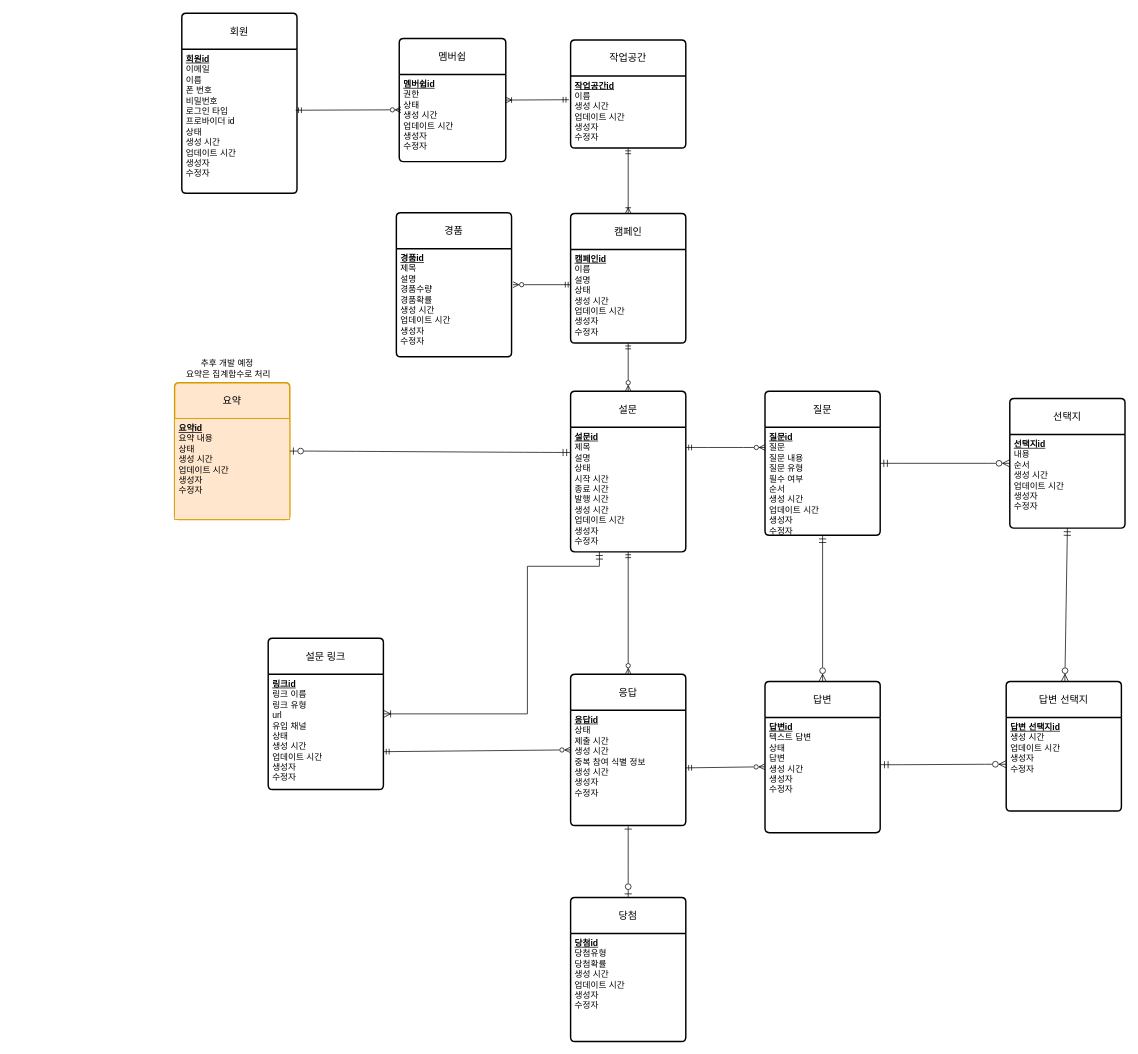
Earlier version of the draw.io diagram docs/database/conceptual-erd.drawio (lilsooin/insight-platform). Source tidied: cells renumbered, new cells numbered last; positions are measured from the earlier drawing's top-left corner, leaving out a move shared by most shapes. Both pictures are drawn from the tidied source at 72%, with x=0, y=0 at pixel (167, 13).
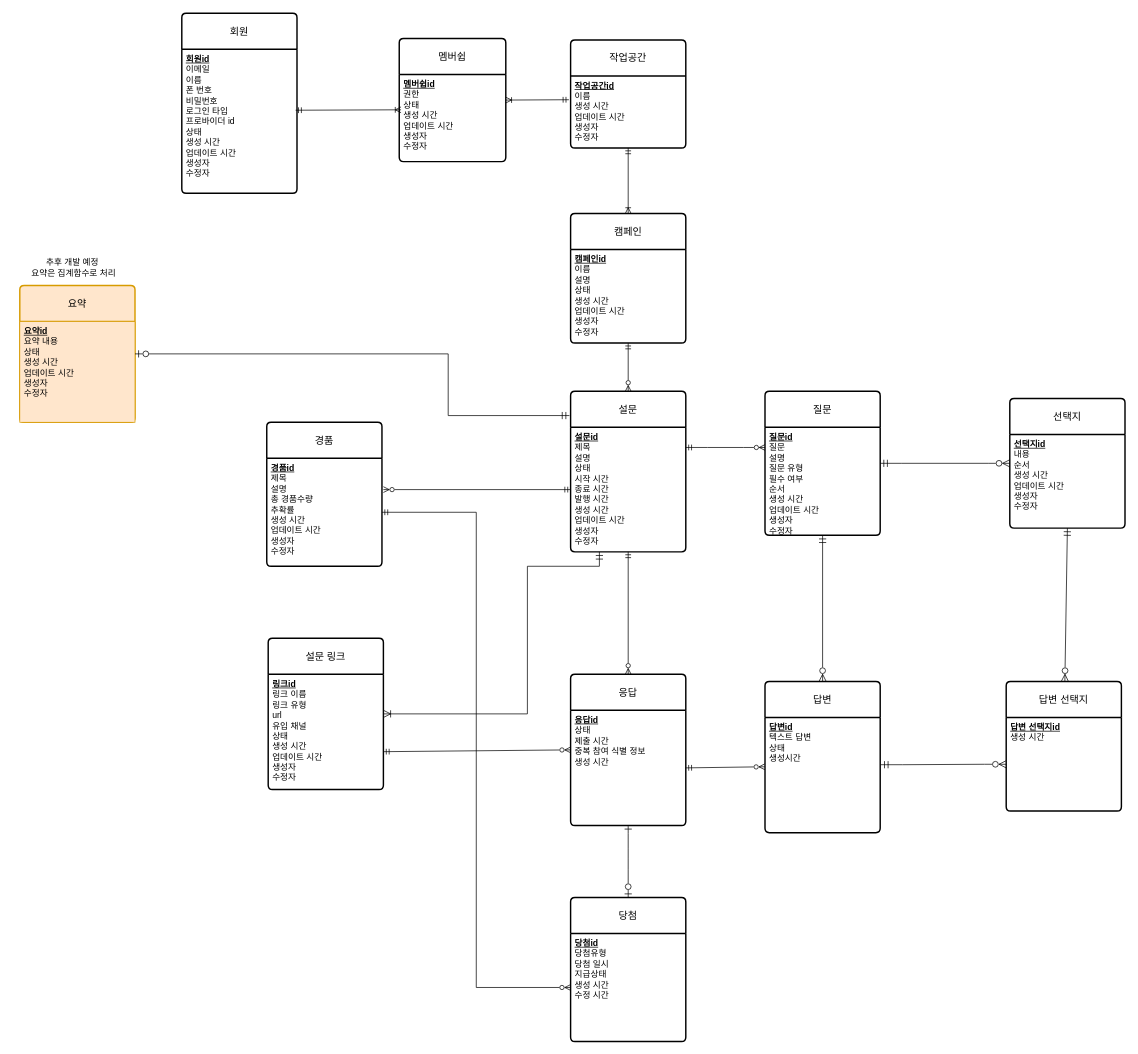
The same diagram, later.

Commit message (it also covers changes not shown here):
docs: add initial conceptual ERD 7

Unchanged cells that the change refers to:
```xml
<mxCell id="3" value="&lt;div&gt;&lt;u&gt;&lt;b&gt;회원id&lt;/b&gt;&lt;/u&gt;&lt;/div&gt;이메일&lt;div&gt;이름&lt;/div&gt;&lt;div&gt;폰 번호&lt;/div&gt;&lt;div&gt;비밀번호&lt;/div&gt;&lt;div&gt;로그인 타입&lt;/div&gt;&lt;div&gt;프로바이더 id&lt;/div&gt;&lt;div&gt;상태&lt;/div&gt;&lt;div&gt;생성 시간&lt;/div&gt;&lt;div&gt;업데이트 시간&lt;/div&gt;&lt;div&gt;생성자&lt;/div&gt;&lt;div&gt;수정자&lt;/div&gt;&lt;div&gt;&lt;br&gt;&lt;/div&gt;&lt;div&gt;&lt;br&gt;&lt;/div&gt;&lt;div&gt;&lt;br&gt;&lt;/div&gt;&lt;div&gt;&lt;br&gt;&lt;/div&gt;&lt;div&gt;&lt;br&gt;&lt;/div&gt;&lt;div&gt;&lt;br&gt;&lt;/div&gt;" style="align=left;strokeColor=none;fillColor=none;spacingLeft=4;spacingRight=4;fontSize=12;verticalAlign=top;html=1;whiteSpace=wrap;" parent="2" vertex="1">
  <mxGeometry y="50" width="160" height="200" as="geometry" />
</mxCell>
<mxCell id="4" value="응답" style="swimlane;horizontal=1;startSize=50;rounded=1;fontSize=14;fontStyle=0;strokeWidth=2;shadow=0;dashed=0;align=center;arcSize=4;whiteSpace=wrap;html=1;" parent="1" vertex="1">
  <mxGeometry x="560" y="918" width="160" height="210" as="geometry" />
</mxCell>
<mxCell id="7" value="&lt;div&gt;&lt;u&gt;&lt;b&gt;캠페인id&lt;/b&gt;&lt;/u&gt;&lt;/div&gt;&lt;div&gt;이름&lt;/div&gt;&lt;div&gt;설명&lt;/div&gt;&lt;div&gt;상태&lt;/div&gt;&lt;div&gt;생성 시간&lt;/div&gt;&lt;div&gt;업데이트 시간&lt;/div&gt;&lt;div&gt;&lt;div&gt;&lt;div&gt;생성자&lt;/div&gt;&lt;div&gt;수정자&lt;/div&gt;&lt;/div&gt;&lt;div&gt;&lt;br&gt;&lt;/div&gt;&lt;/div&gt;&lt;div&gt;&lt;br&gt;&lt;/div&gt;" style="align=left;strokeColor=none;fillColor=none;spacingLeft=4;spacingRight=4;fontSize=12;verticalAlign=top;html=1;whiteSpace=wrap;" parent="6" vertex="1">
  <mxGeometry y="50" width="160" height="130" as="geometry" />
</mxCell>
<mxCell id="8" value="질문" style="swimlane;horizontal=1;startSize=50;rounded=1;fontSize=14;fontStyle=0;strokeWidth=2;shadow=0;dashed=0;align=center;arcSize=4;whiteSpace=wrap;html=1;" parent="1" vertex="1">
  <mxGeometry x="830" y="525" width="160" height="200" as="geometry" />
</mxCell>
<mxCell id="13" value="설문" style="swimlane;horizontal=1;startSize=50;rounded=1;fontSize=14;fontStyle=0;strokeWidth=2;shadow=0;dashed=0;align=center;arcSize=4;whiteSpace=wrap;html=1;" parent="1" vertex="1">
  <mxGeometry x="560" y="525" width="160" height="223" as="geometry" />
</mxCell>
<mxCell id="14" value="&lt;div&gt;&lt;u&gt;&lt;b&gt;설문id&lt;/b&gt;&lt;/u&gt;&lt;/div&gt;&lt;div&gt;제목&lt;/div&gt;&lt;div&gt;설명&lt;/div&gt;&lt;div&gt;상태&lt;/div&gt;&lt;div&gt;시작 시간&lt;/div&gt;&lt;div&gt;종료 시간&lt;/div&gt;&lt;div&gt;발행 시간&lt;/div&gt;&lt;div&gt;생성 시간&lt;/div&gt;&lt;div&gt;업데이트 시간&lt;/div&gt;&lt;div&gt;&lt;div&gt;&lt;div&gt;생성자&lt;/div&gt;&lt;div&gt;수정자&lt;/div&gt;&lt;/div&gt;&lt;div&gt;&lt;br&gt;&lt;/div&gt;&lt;/div&gt;&lt;div&gt;&lt;br&gt;&lt;/div&gt;" style="align=left;strokeColor=none;fillColor=none;spacingLeft=4;spacingRight=4;fontSize=12;verticalAlign=top;html=1;whiteSpace=wrap;" parent="13" vertex="1">
  <mxGeometry y="50" width="160" height="173" as="geometry" />
</mxCell>
<mxCell id="20" value="답변" style="swimlane;horizontal=1;startSize=50;rounded=1;fontSize=14;fontStyle=0;strokeWidth=2;shadow=0;dashed=0;align=center;arcSize=4;whiteSpace=wrap;html=1;" parent="1" vertex="1">
  <mxGeometry x="830" y="928" width="160" height="210" as="geometry" />
</mxCell>
<mxCell id="24" value="&lt;div&gt;&lt;u&gt;&lt;b&gt;멤버쉽id&lt;/b&gt;&lt;/u&gt;&lt;/div&gt;권한&lt;div&gt;상태&lt;br&gt;&lt;div&gt;&lt;div&gt;생성 시간&lt;/div&gt;&lt;div&gt;업데이트 시간&lt;/div&gt;&lt;/div&gt;&lt;/div&gt;&lt;div&gt;&lt;div&gt;생성자&lt;/div&gt;&lt;div&gt;수정자&lt;/div&gt;&lt;/div&gt;" style="align=left;strokeColor=none;fillColor=none;spacingLeft=4;spacingRight=4;fontSize=12;verticalAlign=top;html=1;whiteSpace=wrap;" parent="23" vertex="1">
  <mxGeometry y="50" width="148" height="121" as="geometry" />
</mxCell>
<mxCell id="33" value="답변 선택지" style="swimlane;horizontal=1;startSize=50;rounded=1;fontSize=14;fontStyle=0;strokeWidth=2;shadow=0;dashed=0;align=center;arcSize=4;whiteSpace=wrap;html=1;" parent="1" vertex="1">
  <mxGeometry x="1165" y="928" width="160" height="180" as="geometry" />
</mxCell>
<mxCell id="47" value="당첨" style="swimlane;horizontal=1;startSize=50;rounded=1;fontSize=14;fontStyle=0;strokeWidth=2;shadow=0;dashed=0;align=center;arcSize=4;whiteSpace=wrap;html=1;" parent="1" vertex="1">
  <mxGeometry x="560" y="1228" width="160" height="200" as="geometry" />
</mxCell>
```

The edit, as a diff of the source:
```diff
@@
-    <mxCell id="5" value="&lt;div&gt;&lt;u&gt;&lt;b&gt;응답id&lt;/b&gt;&lt;/u&gt;&lt;/div&gt;&lt;div&gt;&lt;div&gt;상태&lt;/div&gt;&lt;div&gt;제출 시간&lt;/div&gt;&lt;div&gt;생성 시간&lt;/div&gt;&lt;div&gt;중복 참여 식별 정보&lt;/div&gt;&lt;div&gt;&lt;div&gt;생성 시간&lt;/div&gt;&lt;div&gt;&lt;span style=&quot;background-color: transparent; color: light-dark(#000000, var(--ge-light-color, #ffffff));&quot;&gt;생성자&lt;/span&gt;&lt;/div&gt;&lt;/div&gt;&lt;div&gt;&lt;div&gt;&lt;div&gt;수정자&lt;/div&gt;&lt;/div&gt;&lt;div&gt;&lt;br&gt;&lt;/div&gt;&lt;/div&gt;&lt;div&gt;&lt;br&gt;&lt;/div&gt;&lt;/div&gt;" style="align=left;strokeColor=none;fillColor=none;spacingLeft=4;spacingRight=4;fontSize=12;verticalAlign=top;html=1;whiteSpace=wrap;" parent="4" vertex="1">
+    <mxCell id="5" value="&lt;div&gt;&lt;u&gt;&lt;b&gt;응답id&lt;/b&gt;&lt;/u&gt;&lt;/div&gt;&lt;div&gt;&lt;div&gt;상태&lt;/div&gt;&lt;div&gt;제출 시간&lt;/div&gt;&lt;div&gt;&lt;span style=&quot;background-color: transparent; color: light-dark(#000000, var(--ge-light-color, #ffffff));&quot;&gt;중복 참여 식별 정보&lt;/span&gt;&lt;/div&gt;&lt;div&gt;&lt;div&gt;생성 시간&lt;/div&gt;&lt;div&gt;&lt;br&gt;&lt;/div&gt;&lt;/div&gt;&lt;div&gt;&lt;div&gt;&lt;br&gt;&lt;/div&gt;&lt;/div&gt;&lt;div&gt;&lt;br&gt;&lt;/div&gt;&lt;/div&gt;" style="align=left;strokeColor=none;fillColor=none;spacingLeft=4;spacingRight=4;fontSize=12;verticalAlign=top;html=1;whiteSpace=wrap;" parent="4" vertex="1">
       <mxGeometry y="50" width="160" height="160" as="geometry" />
     </mxCell>
@@
-    <mxCell id="9" value="&lt;div&gt;&lt;u&gt;&lt;b&gt;질문id&lt;/b&gt;&lt;/u&gt;&lt;/div&gt;&lt;div&gt;질문&lt;/div&gt;&lt;div&gt;질문 내용&lt;/div&gt;&lt;div&gt;질문 유형&lt;/div&gt;&lt;div&gt;필수 여부&lt;/div&gt;&lt;div&gt;순서&lt;/div&gt;&lt;div&gt;생성 시간&lt;/div&gt;&lt;div&gt;업데이트 시간&lt;/div&gt;&lt;div&gt;&lt;div&gt;&lt;div&gt;생성자&lt;/div&gt;&lt;div&gt;수정자&lt;/div&gt;&lt;/div&gt;&lt;div&gt;&lt;br&gt;&lt;/div&gt;&lt;/div&gt;&lt;div&gt;&lt;br&gt;&lt;/div&gt;&lt;div&gt;&lt;br&gt;&lt;/div&gt;" style="align=left;strokeColor=none;fillColor=none;spacingLeft=4;spacingRight=4;fontSize=12;verticalAlign=top;html=1;whiteSpace=wrap;" parent="8" vertex="1">
+    <mxCell id="9" value="&lt;div&gt;&lt;u&gt;&lt;b&gt;질문id&lt;/b&gt;&lt;/u&gt;&lt;/div&gt;&lt;div&gt;질문&lt;/div&gt;&lt;div&gt;설명&lt;/div&gt;&lt;div&gt;질문 유형&lt;/div&gt;&lt;div&gt;필수 여부&lt;/div&gt;&lt;div&gt;순서&lt;/div&gt;&lt;div&gt;생성 시간&lt;/div&gt;&lt;div&gt;업데이트 시간&lt;/div&gt;&lt;div&gt;&lt;div&gt;&lt;div&gt;생성자&lt;/div&gt;&lt;div&gt;수정자&lt;/div&gt;&lt;/div&gt;&lt;div&gt;&lt;br&gt;&lt;/div&gt;&lt;/div&gt;&lt;div&gt;&lt;br&gt;&lt;/div&gt;&lt;div&gt;&lt;br&gt;&lt;/div&gt;" style="align=left;strokeColor=none;fillColor=none;spacingLeft=4;spacingRight=4;fontSize=12;verticalAlign=top;html=1;whiteSpace=wrap;" parent="8" vertex="1">
       <mxGeometry y="50" width="160" height="150" as="geometry" />
     </mxCell>
@@
     <mxCell id="18" value="요약" style="swimlane;horizontal=1;startSize=50;rounded=1;fontSize=14;fontStyle=0;strokeWidth=2;shadow=0;dashed=0;align=center;arcSize=4;whiteSpace=wrap;html=1;fillColor=#ffe6cc;strokeColor=#d79b00;" parent="1" vertex="1">
-      <mxGeometry x="10" y="513" width="160" height="190" as="geometry" />
+      <mxGeometry x="-205" y="378" width="160" height="190" as="geometry" />
     </mxCell>
@@
-    <mxCell id="21" value="&lt;div&gt;&lt;u&gt;&lt;b&gt;답변id&lt;/b&gt;&lt;/u&gt;&lt;/div&gt;&lt;div&gt;텍스트 답변&lt;/div&gt;&lt;div&gt;&lt;div&gt;상태&lt;/div&gt;&lt;div&gt;답변&lt;/div&gt;&lt;div&gt;생성 시간&lt;/div&gt;&lt;div&gt;&lt;div&gt;&lt;div&gt;생성자&lt;/div&gt;&lt;div&gt;수정자&lt;/div&gt;&lt;/div&gt;&lt;div&gt;&lt;br&gt;&lt;/div&gt;&lt;/div&gt;&lt;/div&gt;&lt;div&gt;&lt;div&gt;&lt;br&gt;&lt;/div&gt;&lt;div&gt;&lt;br&gt;&lt;/div&gt;&lt;/div&gt;" style="align=left;strokeColor=none;fillColor=none;spacingLeft=4;spacingRight=4;fontSize=12;verticalAlign=top;html=1;whiteSpace=wrap;" parent="20" vertex="1">
+    <mxCell id="21" value="&lt;div&gt;&lt;u&gt;&lt;b&gt;답변id&lt;/b&gt;&lt;/u&gt;&lt;/div&gt;&lt;div&gt;텍스트 답변&lt;/div&gt;&lt;div&gt;&lt;div&gt;상태&lt;/div&gt;&lt;div&gt;생성시간&lt;/div&gt;&lt;div&gt;&lt;br&gt;&lt;/div&gt;&lt;div&gt;&lt;div&gt;&lt;br&gt;&lt;/div&gt;&lt;/div&gt;&lt;/div&gt;&lt;div&gt;&lt;div&gt;&lt;br&gt;&lt;/div&gt;&lt;div&gt;&lt;br&gt;&lt;/div&gt;&lt;/div&gt;" style="align=left;strokeColor=none;fillColor=none;spacingLeft=4;spacingRight=4;fontSize=12;verticalAlign=top;html=1;whiteSpace=wrap;" parent="20" vertex="1">
       <mxGeometry y="50" width="160" height="160" as="geometry" />
     </mxCell>
@@
-    <mxCell id="26" style="fontSize=12;html=1;endArrow=ERzeroToMany;startArrow=ERmandOne;rounded=0;defaultLabelBackgroundColor=page;exitX=0.988;exitY=0.423;exitDx=0;exitDy=0;exitPerimeter=0;endFill=0;entryX=0.017;entryY=0.405;entryDx=0;entryDy=0;entryPerimeter=0;" parent="1" edge="1" source="3" target="24">
+    <mxCell id="26" style="fontSize=12;html=1;endArrow=ERoneToMany;startArrow=ERmandOne;rounded=0;defaultLabelBackgroundColor=page;exitX=0.988;exitY=0.423;exitDx=0;exitDy=0;exitPerimeter=0;endFill=0;entryX=0.017;entryY=0.405;entryDx=0;entryDy=0;entryPerimeter=0;" parent="1" edge="1" source="3" target="24">
       <mxGeometry relative="1" as="geometry" />
     </mxCell>
@@
-    <mxCell id="28" style="edgeStyle=entityRelationEdgeStyle;fontSize=12;html=1;endArrow=ERmandOne;startArrow=ERzeroToOne;rounded=0;defaultLabelBackgroundColor=page;startSize=8;endSize=8;curved=1;exitX=1;exitY=0.5;exitDx=0;exitDy=0;entryX=-0.003;entryY=0.202;entryDx=0;entryDy=0;startFill=0;entryPerimeter=0;" parent="1" edge="1" source="18" target="14">
-      <mxGeometry relative="1" as="geometry" />
+    <mxCell id="28" style="edgeStyle=orthogonalEdgeStyle;fontSize=12;html=1;endArrow=ERmandOne;startArrow=ERzeroToOne;rounded=0;defaultLabelBackgroundColor=page;startSize=8;endSize=8;exitX=1;exitY=0.5;exitDx=0;exitDy=0;entryX=-0.01;entryY=0.151;entryDx=0;entryDy=0;startFill=0;entryPerimeter=0;" parent="1" edge="1" source="18" target="13">
+      <mxGeometry x="0.08" relative="1" as="geometry">
+        <Array as="points">
+          <mxPoint x="390" y="473" />
+          <mxPoint x="390" y="558.7" />
+        </Array>
+      </mxGeometry>
     </mxCell>
@@
-    <mxCell id="34" value="&lt;div&gt;&lt;u&gt;&lt;b&gt;답변 선택지id&lt;/b&gt;&lt;/u&gt;&lt;/div&gt;&lt;div&gt;생성 시간&lt;/div&gt;&lt;div&gt;업데이트 시간&lt;/div&gt;&lt;div&gt;&lt;div&gt;&lt;div&gt;생성자&lt;/div&gt;&lt;div&gt;수정자&lt;/div&gt;&lt;/div&gt;&lt;div&gt;&lt;br&gt;&lt;/div&gt;&lt;/div&gt;&lt;div&gt;&lt;br&gt;&lt;/div&gt;&lt;div&gt;&lt;br&gt;&lt;/div&gt;" style="align=left;strokeColor=none;fillColor=none;spacingLeft=4;spacingRight=4;fontSize=12;verticalAlign=top;html=1;whiteSpace=wrap;" parent="33" vertex="1">
+    <mxCell id="34" value="&lt;div&gt;&lt;u&gt;&lt;b&gt;답변 선택지id&lt;/b&gt;&lt;/u&gt;&lt;/div&gt;&lt;div&gt;생성 시간&lt;/div&gt;&lt;div&gt;&lt;br&gt;&lt;/div&gt;&lt;div&gt;&lt;div&gt;&lt;br&gt;&lt;/div&gt;&lt;/div&gt;&lt;div&gt;&lt;br&gt;&lt;/div&gt;&lt;div&gt;&lt;br&gt;&lt;/div&gt;" style="align=left;strokeColor=none;fillColor=none;spacingLeft=4;spacingRight=4;fontSize=12;verticalAlign=top;html=1;whiteSpace=wrap;" parent="33" vertex="1">
       <mxGeometry y="50" width="160" height="130" as="geometry" />
     </mxCell>
@@
     <mxCell id="42" value="추후 개발 예정&amp;nbsp;&lt;div&gt;요약은 집계함수로 처리&lt;/div&gt;" style="text;html=1;whiteSpace=wrap;strokeColor=none;fillColor=none;align=center;verticalAlign=middle;rounded=0;" parent="1" vertex="1">
-      <mxGeometry y="478" width="170" height="30" as="geometry" />
+      <mxGeometry x="-215" y="338" width="170" height="30" as="geometry" />
     </mxCell>
@@
     <mxCell id="44" value="경품" style="swimlane;horizontal=1;startSize=50;rounded=1;fontSize=14;fontStyle=0;strokeWidth=2;shadow=0;dashed=0;align=center;arcSize=4;whiteSpace=wrap;html=1;" parent="1" vertex="1">
-      <mxGeometry x="318" y="277" width="160" height="200" as="geometry" />
+      <mxGeometry x="138" y="568" width="160" height="200" as="geometry" />
     </mxCell>
-    <mxCell id="45" value="&lt;div&gt;&lt;u&gt;&lt;b&gt;경품id&lt;/b&gt;&lt;/u&gt;&lt;/div&gt;&lt;div&gt;제목&lt;/div&gt;&lt;div&gt;설명&lt;/div&gt;&lt;div&gt;경품수량&lt;/div&gt;&lt;div&gt;&lt;span style=&quot;background-color: transparent; color: light-dark(#000000, var(--ge-light-color, #ffffff));&quot;&gt;경품확률&lt;/span&gt;&lt;/div&gt;&lt;div&gt;&lt;span style=&quot;background-color: transparent; color: light-dark(#000000, var(--ge-light-color, #ffffff));&quot;&gt;생성 시간&lt;/span&gt;&lt;/div&gt;&lt;div&gt;업데이트 시간&lt;/div&gt;&lt;div&gt;&lt;div&gt;&lt;div&gt;생성자&lt;/div&gt;&lt;div&gt;수정자&lt;/div&gt;&lt;/div&gt;&lt;div&gt;&lt;br&gt;&lt;/div&gt;&lt;/div&gt;&lt;div&gt;&lt;br&gt;&lt;/div&gt;" style="align=left;strokeColor=none;fillColor=none;spacingLeft=4;spacingRight=4;fontSize=12;verticalAlign=top;html=1;whiteSpace=wrap;" parent="44" vertex="1">
+    <mxCell id="45" value="&lt;div&gt;&lt;u&gt;&lt;b&gt;경품id&lt;/b&gt;&lt;/u&gt;&lt;/div&gt;&lt;div&gt;제목&lt;/div&gt;&lt;div&gt;설명&lt;/div&gt;&lt;div&gt;총 경품수량&lt;/div&gt;&lt;div&gt;&lt;span style=&quot;background-color: transparent; color: light-dark(#000000, var(--ge-light-color, #ffffff));&quot;&gt;추확률&lt;/span&gt;&lt;/div&gt;&lt;div&gt;&lt;span style=&quot;background-color: transparent; color: light-dark(#000000, var(--ge-light-color, #ffffff));&quot;&gt;생성 시간&lt;/span&gt;&lt;/div&gt;&lt;div&gt;업데이트 시간&lt;/div&gt;&lt;div&gt;&lt;div&gt;&lt;div&gt;생성자&lt;/div&gt;&lt;div&gt;수정자&lt;/div&gt;&lt;/div&gt;&lt;div&gt;&lt;br&gt;&lt;/div&gt;&lt;/div&gt;&lt;div&gt;&lt;br&gt;&lt;/div&gt;" style="align=left;strokeColor=none;fillColor=none;spacingLeft=4;spacingRight=4;fontSize=12;verticalAlign=top;html=1;whiteSpace=wrap;" parent="44" vertex="1">
       <mxGeometry y="50" width="160" height="150" as="geometry" />
     </mxCell>
-    <mxCell id="46" style="fontSize=12;html=1;endArrow=ERmandOne;startArrow=ERzeroToMany;rounded=0;defaultLabelBackgroundColor=page;entryX=0.004;entryY=0.376;entryDx=0;entryDy=0;entryPerimeter=0;startFill=0;endFill=0;" parent="1" edge="1" target="7">
-      <mxGeometry x="0.09" relative="1" as="geometry">
-        <mxPoint x="480" y="376.9" as="sourcePoint" />
+    <mxCell id="46" style="fontSize=12;html=1;endArrow=ERmandOne;startArrow=ERzeroToMany;rounded=0;defaultLabelBackgroundColor=page;entryX=0;entryY=0.5;entryDx=0;entryDy=0;startFill=0;endFill=0;" parent="1" edge="1" target="14">
+      <mxGeometry x="0.19" relative="1" as="geometry">
+        <mxPoint x="300" y="661.5" as="sourcePoint" />
       </mxGeometry>
     </mxCell>
@@
-    <mxCell id="48" value="&lt;div&gt;&lt;u&gt;&lt;b&gt;당첨id&lt;/b&gt;&lt;/u&gt;&lt;/div&gt;&lt;div&gt;당첨유형&lt;/div&gt;&lt;div&gt;당첨확률&lt;/div&gt;&lt;div&gt;&lt;span style=&quot;background-color: transparent; color: light-dark(#000000, var(--ge-light-color, #ffffff));&quot;&gt;생성 시간&lt;/span&gt;&lt;/div&gt;&lt;div&gt;업데이트 시간&lt;/div&gt;&lt;div&gt;&lt;div&gt;&lt;div&gt;생성자&lt;/div&gt;&lt;div&gt;수정자&lt;/div&gt;&lt;/div&gt;&lt;div&gt;&lt;br&gt;&lt;/div&gt;&lt;/div&gt;&lt;div&gt;&lt;br&gt;&lt;/div&gt;" style="align=left;strokeColor=none;fillColor=none;spacingLeft=4;spacingRight=4;fontSize=12;verticalAlign=top;html=1;whiteSpace=wrap;" parent="47" vertex="1">
+    <mxCell id="48" value="&lt;div&gt;&lt;u&gt;&lt;b&gt;당첨id&lt;/b&gt;&lt;/u&gt;&lt;/div&gt;&lt;div&gt;당첨유형&lt;/div&gt;&lt;div&gt;당첨 일시&lt;/div&gt;&lt;div&gt;지급상태&lt;/div&gt;&lt;div&gt;&lt;span style=&quot;background-color: transparent; color: light-dark(#000000, var(--ge-light-color, #ffffff));&quot;&gt;생성 시간&lt;/span&gt;&lt;/div&gt;&lt;div&gt;&lt;span style=&quot;background-color: transparent; color: light-dark(#000000, var(--ge-light-color, #ffffff));&quot;&gt;수정 시간&lt;/span&gt;&lt;/div&gt;&lt;div&gt;&lt;br&gt;&lt;/div&gt;&lt;div&gt;&lt;br&gt;&lt;/div&gt;&lt;div&gt;&lt;div&gt;&lt;br&gt;&lt;/div&gt;&lt;/div&gt;&lt;div&gt;&lt;br&gt;&lt;/div&gt;" style="align=left;strokeColor=none;fillColor=none;spacingLeft=4;spacingRight=4;fontSize=12;verticalAlign=top;html=1;whiteSpace=wrap;" parent="47" vertex="1">
       <mxGeometry y="50" width="160" height="150" as="geometry" />
     </mxCell>
@@
+    <mxCell id="50" style="edgeStyle=orthogonalEdgeStyle;rounded=0;jettySize=auto;html=1;entryX=0;entryY=0.5;entryDx=0;entryDy=0;defaultLabelBackgroundColor=page;startArrow=ERmandOne;startFill=0;endArrow=ERzeroToMany;endFill=0;" parent="1" edge="1" source="45" target="48">
+      <mxGeometry relative="1" as="geometry" />
+    </mxCell>
```
